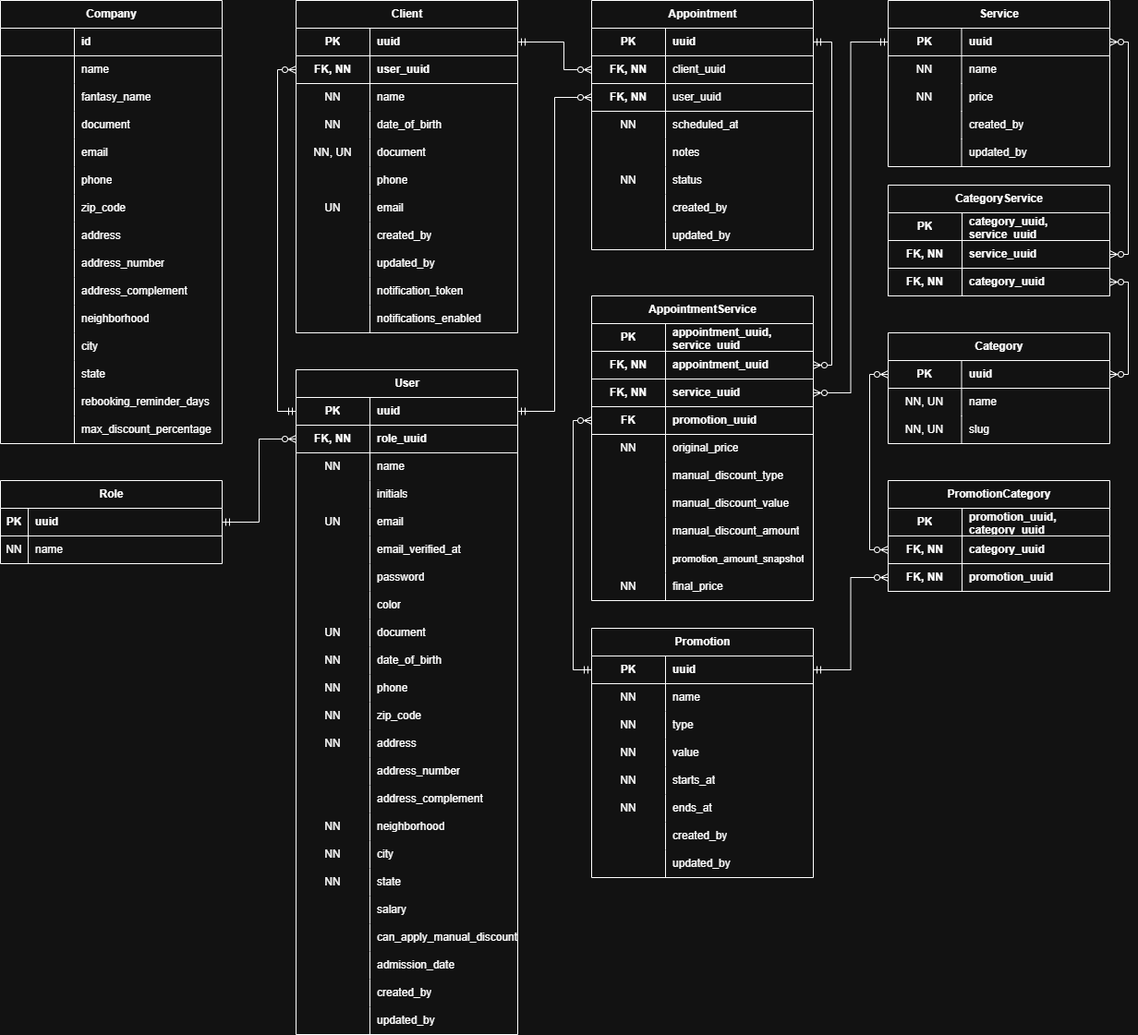
This is screenshots/booking-platform.drawio.png from PabloLucasMarinho/multi-service-booking-platform, a draw.io export, as it was before one commit. Source tidied: cells renumbered, new cells last; positions are measured from the earlier drawing's top-left corner, leaving out a move shared by most shapes.
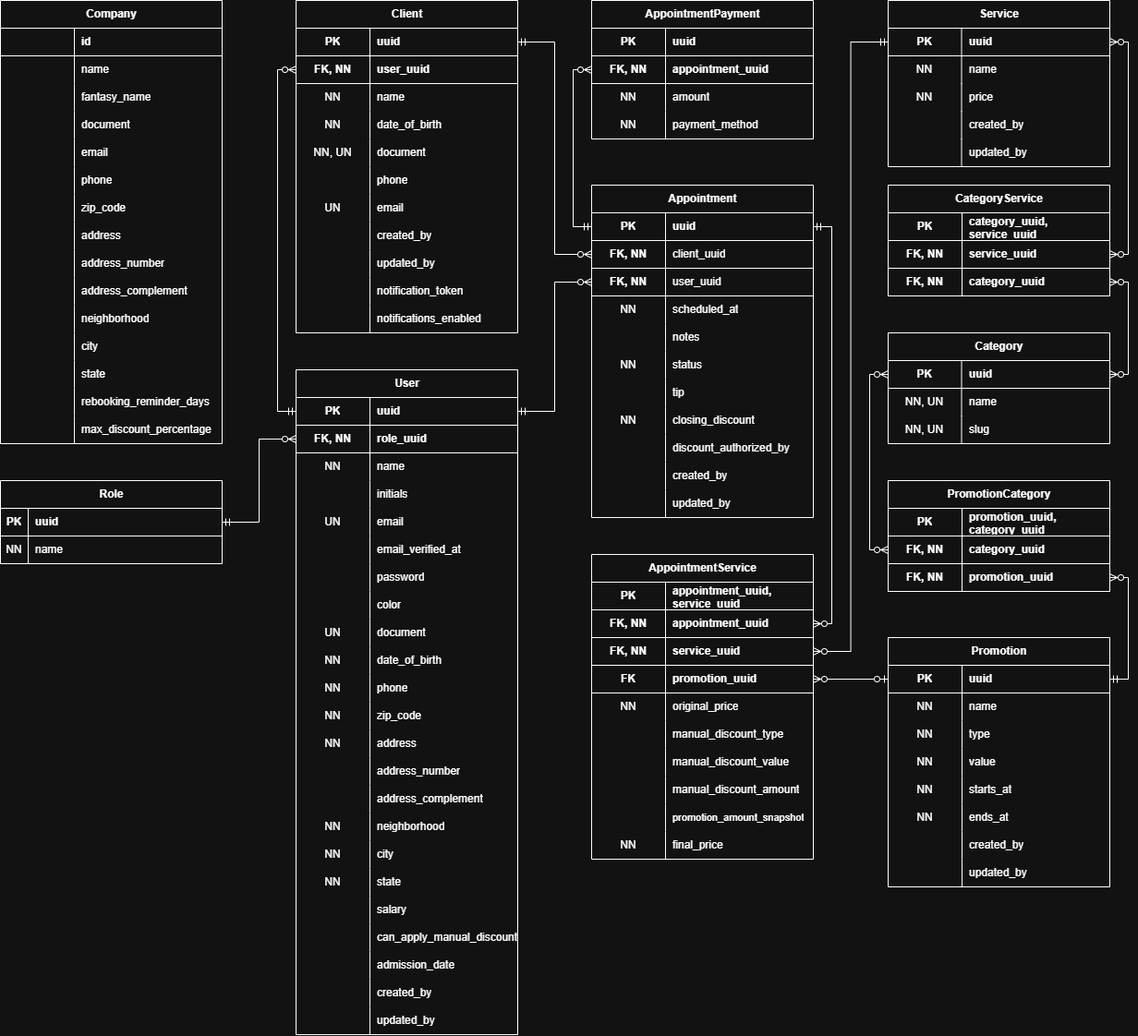
After the change.

What changed in the source:
```diff
@@ -234,7 +234,7 @@
       <mxGeometry x="30" width="210" height="30" as="geometry" />
     </mxCell>
     <mxCell id="79" value="Appointment" style="shape=table;startSize=30;rowLines=0;fontStyle=1;align=center;html=1;" parent="1" vertex="1">
-      <mxGeometry x="640" width="240" height="270" as="geometry" />
+      <mxGeometry x="640" y="200" width="240" height="360" as="geometry" />
     </mxCell>
     <mxCell id="80" style="shape=tableRow;horizontal=0;startSize=0;swimlaneHead=0;swimlaneBody=0;fillColor=none;points=[[0,0.5],[1,0.5]];portConstraint=eastwest;top=0;left=0;right=0;bottom=1;" parent="79" vertex="1">
       <mxGeometry y="30" width="240" height="30" as="geometry" />
@@ -290,8 +290,35 @@
     <mxCell id="97" value="status" style="shape=partialRectangle;fillColor=none;top=0;left=0;bottom=0;right=0;align=left;spacingLeft=6;overflow=hidden;whiteSpace=wrap;html=1;" parent="95" vertex="1">
       <mxGeometry x="80" width="160" height="30" as="geometry" />
     </mxCell>
+    <mxCell id="297" style="shape=tableRow;horizontal=0;startSize=0;swimlaneHead=0;swimlaneBody=0;fillColor=none;top=0;left=0;right=0;bottom=0;" parent="79" vertex="1">
+      <mxGeometry y="210" width="240" height="30" as="geometry" />
+    </mxCell>
+    <mxCell id="298" style="shape=partialRectangle;fillColor=none;top=0;left=0;bottom=0;right=0;overflow=hidden;whiteSpace=wrap;html=1;" parent="297" vertex="1">
+      <mxGeometry width="80" height="30" as="geometry" />
+    </mxCell>
+    <mxCell id="299" value="tip" style="shape=partialRectangle;fillColor=none;top=0;left=0;bottom=0;right=0;align=left;spacingLeft=6;overflow=hidden;whiteSpace=wrap;html=1;" parent="297" vertex="1">
+      <mxGeometry x="80" width="160" height="30" as="geometry" />
+    </mxCell>
+    <mxCell id="300" style="shape=tableRow;horizontal=0;startSize=0;swimlaneHead=0;swimlaneBody=0;fillColor=none;top=0;left=0;right=0;bottom=0;" parent="79" vertex="1">
+      <mxGeometry y="240" width="240" height="30" as="geometry" />
+    </mxCell>
+    <mxCell id="301" value="NN" style="shape=partialRectangle;fillColor=none;top=0;left=0;bottom=0;right=0;overflow=hidden;whiteSpace=wrap;html=1;" parent="300" vertex="1">
+      <mxGeometry width="80" height="30" as="geometry" />
+    </mxCell>
+    <mxCell id="302" value="closing_discount" style="shape=partialRectangle;fillColor=none;top=0;left=0;bottom=0;right=0;align=left;spacingLeft=6;overflow=hidden;whiteSpace=wrap;html=1;" parent="300" vertex="1">
+      <mxGeometry x="80" width="160" height="30" as="geometry" />
+    </mxCell>
+    <mxCell id="303" style="shape=tableRow;horizontal=0;startSize=0;swimlaneHead=0;swimlaneBody=0;fillColor=none;top=0;left=0;right=0;bottom=0;" parent="79" vertex="1">
+      <mxGeometry y="270" width="240" height="30" as="geometry" />
+    </mxCell>
+    <mxCell id="304" style="shape=partialRectangle;fillColor=none;top=0;left=0;bottom=0;right=0;overflow=hidden;whiteSpace=wrap;html=1;" parent="303" vertex="1">
+      <mxGeometry width="80" height="30" as="geometry" />
+    </mxCell>
+    <mxCell id="305" value="discount_authorized_by" style="shape=partialRectangle;fillColor=none;top=0;left=0;bottom=0;right=0;align=left;spacingLeft=6;overflow=hidden;whiteSpace=wrap;html=1;" parent="303" vertex="1">
+      <mxGeometry x="80" width="160" height="30" as="geometry" />
+    </mxCell>
     <mxCell id="98" style="shape=tableRow;horizontal=0;startSize=0;swimlaneHead=0;swimlaneBody=0;fillColor=none;top=0;left=0;right=0;bottom=0;" parent="79" vertex="1">
-      <mxGeometry y="210" width="240" height="30" as="geometry" />
+      <mxGeometry y="300" width="240" height="30" as="geometry" />
     </mxCell>
     <mxCell id="99" style="shape=partialRectangle;fillColor=none;top=0;left=0;bottom=0;right=0;overflow=hidden;whiteSpace=wrap;html=1;" parent="98" vertex="1">
       <mxGeometry width="80" height="30" as="geometry" />
@@ -300,7 +327,7 @@
       <mxGeometry x="80" width="160" height="30" as="geometry" />
     </mxCell>
     <mxCell id="101" style="shape=tableRow;horizontal=0;startSize=0;swimlaneHead=0;swimlaneBody=0;fillColor=none;top=0;left=0;right=0;bottom=0;" parent="79" vertex="1">
-      <mxGeometry y="240" width="240" height="30" as="geometry" />
+      <mxGeometry y="330" width="240" height="30" as="geometry" />
     </mxCell>
     <mxCell id="102" style="shape=partialRectangle;fillColor=none;top=0;left=0;bottom=0;right=0;overflow=hidden;whiteSpace=wrap;html=1;" parent="101" vertex="1">
       <mxGeometry width="80" height="30" as="geometry" />
@@ -459,7 +486,7 @@
       <mxGeometry x="79.5" width="160.5" height="30" as="geometry" />
     </mxCell>
     <mxCell id="154" value="AppointmentService" style="shape=table;startSize=30;rowLines=0;fontStyle=1;align=center;html=1;" parent="1" vertex="1">
-      <mxGeometry x="640" y="320" width="240" height="330" as="geometry" />
+      <mxGeometry x="640" y="600" width="240" height="330" as="geometry" />
     </mxCell>
     <mxCell id="155" style="shape=tableRow;horizontal=0;startSize=0;swimlaneHead=0;swimlaneBody=0;fillColor=none;top=0;left=0;right=0;bottom=1;" parent="154" vertex="1">
       <mxGeometry y="30" width="240" height="30" as="geometry" />
@@ -552,7 +579,7 @@
       <mxGeometry x="80" width="160" height="30" as="geometry" />
     </mxCell>
     <mxCell id="185" value="Promotion" style="shape=table;startSize=30;rowLines=0;fontStyle=1;align=center;html=1;" parent="1" vertex="1">
-      <mxGeometry x="640" y="680" width="240" height="270" as="geometry" />
+      <mxGeometry x="961" y="690" width="240" height="270" as="geometry" />
     </mxCell>
     <mxCell id="186" style="shape=tableRow;horizontal=0;startSize=0;swimlaneHead=0;swimlaneBody=0;fillColor=none;points=[[0,0.5],[1,0.5]];portConstraint=eastwest;top=0;left=0;right=0;bottom=1;" parent="185" vertex="1">
       <mxGeometry y="30" width="240" height="30" as="geometry" />
@@ -632,8 +659,8 @@
     <mxCell id="211" style="edgeStyle=orthogonalEdgeStyle;rounded=0;jettySize=auto;html=1;exitX=1;exitY=0.5;exitDx=0;exitDy=0;entryX=0;entryY=0.5;entryDx=0;entryDy=0;startArrow=ERmandOne;startFill=0;endArrow=ERzeroToMany;endFill=0;" parent="1" edge="1" source="105" target="83">
       <mxGeometry relative="1" as="geometry">
         <Array as="points">
-          <mxPoint x="610" y="45" />
-          <mxPoint x="610" y="75" />
+          <mxPoint x="600" y="45" />
+          <mxPoint x="600" y="275" />
         </Array>
       </mxGeometry>
     </mxCell>
@@ -670,9 +697,6 @@
     <mxCell id="222" value="promotion_uuid" style="shape=partialRectangle;fillColor=none;top=0;left=0;bottom=0;right=0;align=left;spacingLeft=6;fontStyle=1;overflow=hidden;whiteSpace=wrap;html=1;" parent="220" vertex="1">
       <mxGeometry x="80" width="160" height="30" as="geometry" />
     </mxCell>
-    <mxCell id="223" style="edgeStyle=orthogonalEdgeStyle;rounded=0;jettySize=auto;html=1;exitX=1;exitY=0.5;exitDx=0;exitDy=0;entryX=0;entryY=0.5;entryDx=0;entryDy=0;startArrow=ERmandOne;startFill=0;endArrow=ERzeroToMany;endFill=0;" parent="1" edge="1" source="186" target="220">
-      <mxGeometry relative="1" as="geometry" />
-    </mxCell>
     <mxCell id="224" value="Category" style="shape=table;startSize=30;rowLines=0;fontStyle=1;align=center;html=1;" parent="1" vertex="1">
       <mxGeometry x="961" y="360" width="240" height="120" as="geometry" />
     </mxCell>
@@ -742,9 +766,6 @@
     <mxCell id="246" style="edgeStyle=orthogonalEdgeStyle;rounded=0;jettySize=auto;html=1;exitX=1;exitY=0.5;exitDx=0;exitDy=0;entryX=0;entryY=0.5;entryDx=0;entryDy=0;startArrow=ERmandOne;startFill=0;endArrow=ERzeroToMany;endFill=0;" parent="1" edge="1" source="73" target="6">
       <mxGeometry relative="1" as="geometry" />
     </mxCell>
-    <mxCell id="247" style="edgeStyle=orthogonalEdgeStyle;rounded=0;jettySize=auto;html=1;exitX=0;exitY=0.5;exitDx=0;exitDy=0;entryX=0;entryY=0.5;entryDx=0;entryDy=0;startArrow=ERmandOne;startFill=0;endArrow=ERzeroToMany;endFill=0;" parent="1" edge="1" source="186" target="164">
-      <mxGeometry relative="1" as="geometry" />
-    </mxCell>
     <mxCell id="248" style="edgeStyle=orthogonalEdgeStyle;rounded=0;jettySize=auto;html=1;exitX=1;exitY=0.5;exitDx=0;exitDy=0;entryX=1;entryY=0.5;entryDx=0;entryDy=0;startArrow=ERmandOne;startFill=0;endArrow=ERzeroToMany;endFill=0;" parent="1" edge="1" source="80" target="158">
       <mxGeometry relative="1" as="geometry" />
     </mxCell>
@@ -892,5 +913,53 @@
     <mxCell id="296" value="max_discount_percentage" style="shape=partialRectangle;fillColor=none;top=0;left=0;bottom=0;right=0;align=left;spacingLeft=6;overflow=hidden;whiteSpace=wrap;html=1;" parent="294" vertex="1">
       <mxGeometry x="80" width="160" height="30" as="geometry" />
     </mxCell>
+    <mxCell id="306" value="AppointmentPayment" style="shape=table;startSize=30;rowLines=0;fontStyle=1;align=center;html=1;" parent="1" vertex="1">
+      <mxGeometry x="640" width="240" height="150" as="geometry" />
+    </mxCell>
+    <mxCell id="307" style="shape=tableRow;horizontal=0;startSize=0;swimlaneHead=0;swimlaneBody=0;fillColor=none;top=0;left=0;right=0;bottom=1;" parent="306" vertex="1">
+      <mxGeometry y="30" width="240" height="30" as="geometry" />
+    </mxCell>
+    <mxCell id="308" value="PK" style="shape=partialRectangle;fillColor=none;top=0;left=0;bottom=0;right=0;fontStyle=1;overflow=hidden;whiteSpace=wrap;html=1;" parent="307" vertex="1">
+      <mxGeometry width="80" height="30" as="geometry" />
+    </mxCell>
+    <mxCell id="309" value="uuid" style="shape=partialRectangle;fillColor=none;top=0;left=0;bottom=0;right=0;align=left;spacingLeft=6;fontStyle=1;overflow=hidden;whiteSpace=wrap;html=1;" parent="307" vertex="1">
+      <mxGeometry x="80" width="160" height="30" as="geometry" />
+    </mxCell>
+    <mxCell id="310" style="shape=tableRow;horizontal=0;startSize=0;swimlaneHead=0;swimlaneBody=0;fillColor=none;points=[[0,0.5],[1,0.5]];portConstraint=eastwest;top=0;left=0;right=0;bottom=1;" parent="306" vertex="1">
+      <mxGeometry y="60" width="240" height="30" as="geometry" />
+    </mxCell>
+    <mxCell id="311" value="FK, NN" style="shape=partialRectangle;fillColor=none;top=0;left=0;bottom=0;right=0;fontStyle=1;overflow=hidden;whiteSpace=wrap;html=1;" parent="310" vertex="1">
+      <mxGeometry width="80" height="30" as="geometry" />
+    </mxCell>
+    <mxCell id="312" value="appointment_uuid" style="shape=partialRectangle;fillColor=none;top=0;left=0;bottom=0;right=0;align=left;spacingLeft=6;fontStyle=1;overflow=hidden;whiteSpace=wrap;html=1;" parent="310" vertex="1">
+      <mxGeometry x="80" width="160" height="30" as="geometry" />
+    </mxCell>
+    <mxCell id="313" style="shape=tableRow;horizontal=0;startSize=0;swimlaneHead=0;swimlaneBody=0;fillColor=none;top=0;left=0;right=0;bottom=0;" parent="306" vertex="1">
+      <mxGeometry y="90" width="240" height="30" as="geometry" />
+    </mxCell>
+    <mxCell id="314" value="NN" style="shape=partialRectangle;fillColor=none;top=0;left=0;bottom=0;right=0;overflow=hidden;whiteSpace=wrap;html=1;" parent="313" vertex="1">
+      <mxGeometry width="80" height="30" as="geometry" />
+    </mxCell>
+    <mxCell id="315" value="amount" style="shape=partialRectangle;fillColor=none;top=0;left=0;bottom=0;right=0;align=left;spacingLeft=6;overflow=hidden;whiteSpace=wrap;html=1;" parent="313" vertex="1">
+      <mxGeometry x="80" width="160" height="30" as="geometry" />
+    </mxCell>
+    <mxCell id="316" style="shape=tableRow;horizontal=0;startSize=0;swimlaneHead=0;swimlaneBody=0;fillColor=none;top=0;left=0;right=0;bottom=0;" parent="306" vertex="1">
+      <mxGeometry y="120" width="240" height="30" as="geometry" />
+    </mxCell>
+    <mxCell id="317" value="NN" style="shape=partialRectangle;fillColor=none;top=0;left=0;bottom=0;right=0;overflow=hidden;whiteSpace=wrap;html=1;" parent="316" vertex="1">
+      <mxGeometry width="80" height="30" as="geometry" />
+    </mxCell>
+    <mxCell id="318" value="payment_method" style="shape=partialRectangle;fillColor=none;top=0;left=0;bottom=0;right=0;align=left;spacingLeft=6;overflow=hidden;whiteSpace=wrap;html=1;" parent="316" vertex="1">
+      <mxGeometry x="80" width="160" height="30" as="geometry" />
+    </mxCell>
+    <mxCell id="319" style="edgeStyle=orthogonalEdgeStyle;rounded=0;jettySize=auto;html=1;exitX=0;exitY=0.5;exitDx=0;exitDy=0;entryX=0;entryY=0.5;entryDx=0;entryDy=0;startArrow=ERmandOne;startFill=0;endArrow=ERzeroToMany;endFill=0;" parent="1" edge="1" source="80" target="310">
+      <mxGeometry relative="1" as="geometry" />
+    </mxCell>
+    <mxCell id="247" style="edgeStyle=orthogonalEdgeStyle;rounded=0;jettySize=auto;html=1;exitX=0;exitY=0.5;exitDx=0;exitDy=0;entryX=1;entryY=0.5;entryDx=0;entryDy=0;startArrow=ERzeroToOne;startFill=0;endArrow=ERzeroToMany;endFill=0;" parent="1" edge="1" source="186" target="164">
+      <mxGeometry relative="1" as="geometry" />
+    </mxCell>
+    <mxCell id="223" style="edgeStyle=orthogonalEdgeStyle;rounded=0;jettySize=auto;html=1;exitX=1;exitY=0.5;exitDx=0;exitDy=0;entryX=1;entryY=0.5;entryDx=0;entryDy=0;startArrow=ERmandOne;startFill=0;endArrow=ERzeroToMany;endFill=0;" parent="1" edge="1" source="186" target="220">
+      <mxGeometry relative="1" as="geometry" />
+    </mxCell>
   </root>
 </mxGraphModel>
```
